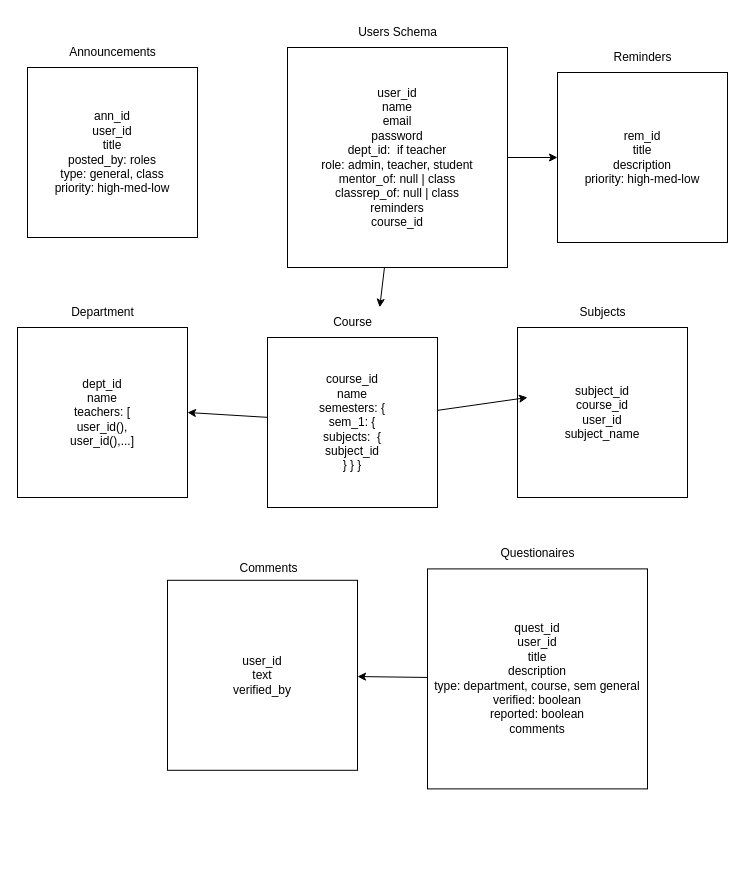
The draw.io diagram backend/backend_design.drawio in endvidous/UniLoop, before the edit. Source tidied: cells renumbered, new cells numbered last; positions are measured from the earlier drawing's top-left corner, leaving out a move shared by most shapes. Both pictures are drawn from the tidied source at 100%, with x=0, y=0 at pixel (17, 17).
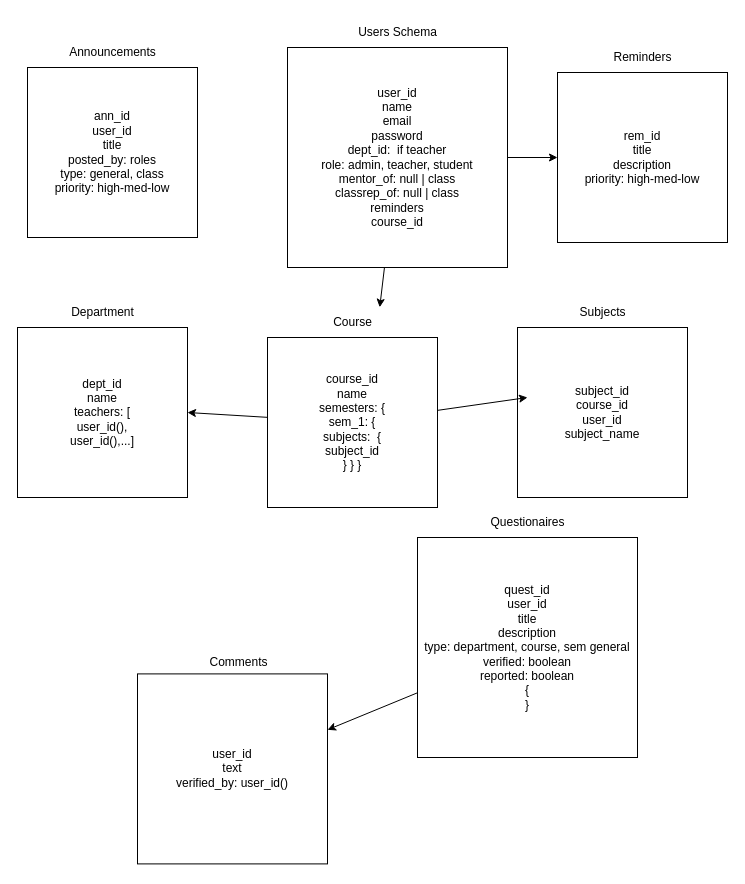
Above is the later version.

Commit message:
teacher verfi

The edit, as a diff of the source:
```diff
@@
     <mxCell id="12" style="group;" parent="1" vertex="1">
-      <mxGeometry x="410" y="521.4" width="220" height="250" as="geometry" />
+      <mxGeometry x="400" y="490" width="220" height="250" as="geometry" />
     </mxCell>
@@
-    <mxCell id="14" value="quest_id&lt;br&gt;user_id&lt;br&gt;title&lt;br&gt;description&lt;br&gt;type: department, course, sem general&lt;br&gt;verified: boolean&lt;br&gt;reported: boolean&lt;br&gt;comments" style="whiteSpace=wrap;html=1;" parent="12" vertex="1">
+    <mxCell id="14" value="quest_id&lt;br&gt;user_id&lt;br&gt;title&lt;br&gt;description&lt;br&gt;type: department, course, sem general&lt;br&gt;verified: boolean&lt;br&gt;reported: boolean&lt;br&gt;{&lt;br&gt;}" style="whiteSpace=wrap;html=1;" parent="12" vertex="1">
       <mxGeometry y="30" width="220" height="220" as="geometry" />
     </mxCell>
     <mxCell id="15" style="group;" parent="1" vertex="1">
-      <mxGeometry x="150" y="536.4" width="190" height="220" as="geometry" />
+      <mxGeometry x="120" y="630" width="190" height="220" as="geometry" />
     </mxCell>
@@
-    <mxCell id="17" value="user_id&lt;br&gt;text&lt;br&gt;verified_by" style="whiteSpace=wrap;html=1;" parent="15" vertex="1">
+    <mxCell id="17" value="user_id&lt;br&gt;text&lt;br&gt;verified_by: user_id()" style="whiteSpace=wrap;html=1;" parent="15" vertex="1">
       <mxGeometry y="26.4" width="190" height="190" as="geometry" />
     </mxCell>
```
